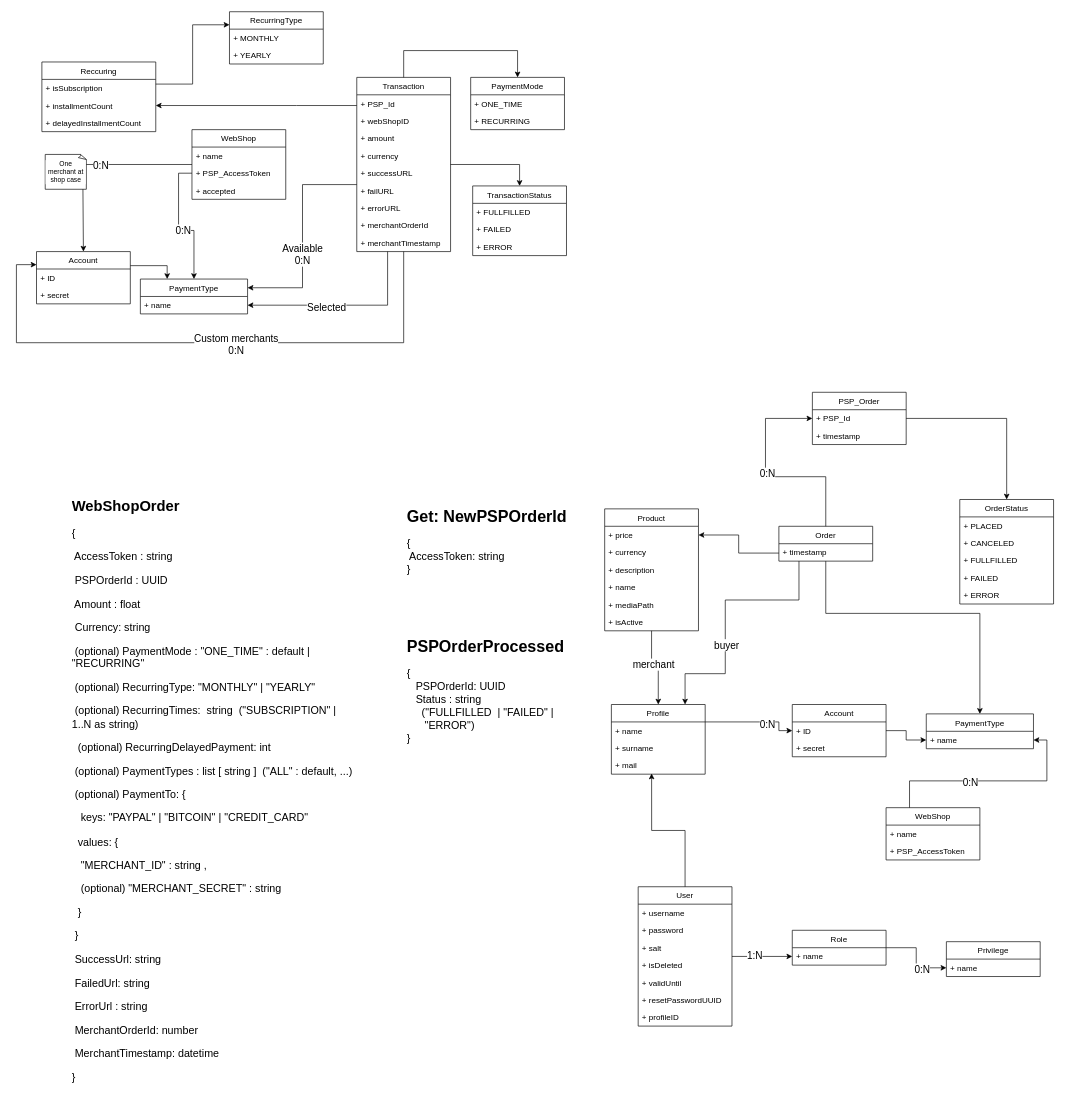
This is uml/model.drawio from One-E2-Team/ubiquitous-payment, a draw.io file, before an edit. Source tidied: cells renumbered, new cells numbered last; positions are measured from the earlier drawing's top-left corner, leaving out a move shared by most shapes. Both pictures are drawn from the tidied source at 67%, with x=0, y=0 at pixel (16, 11).
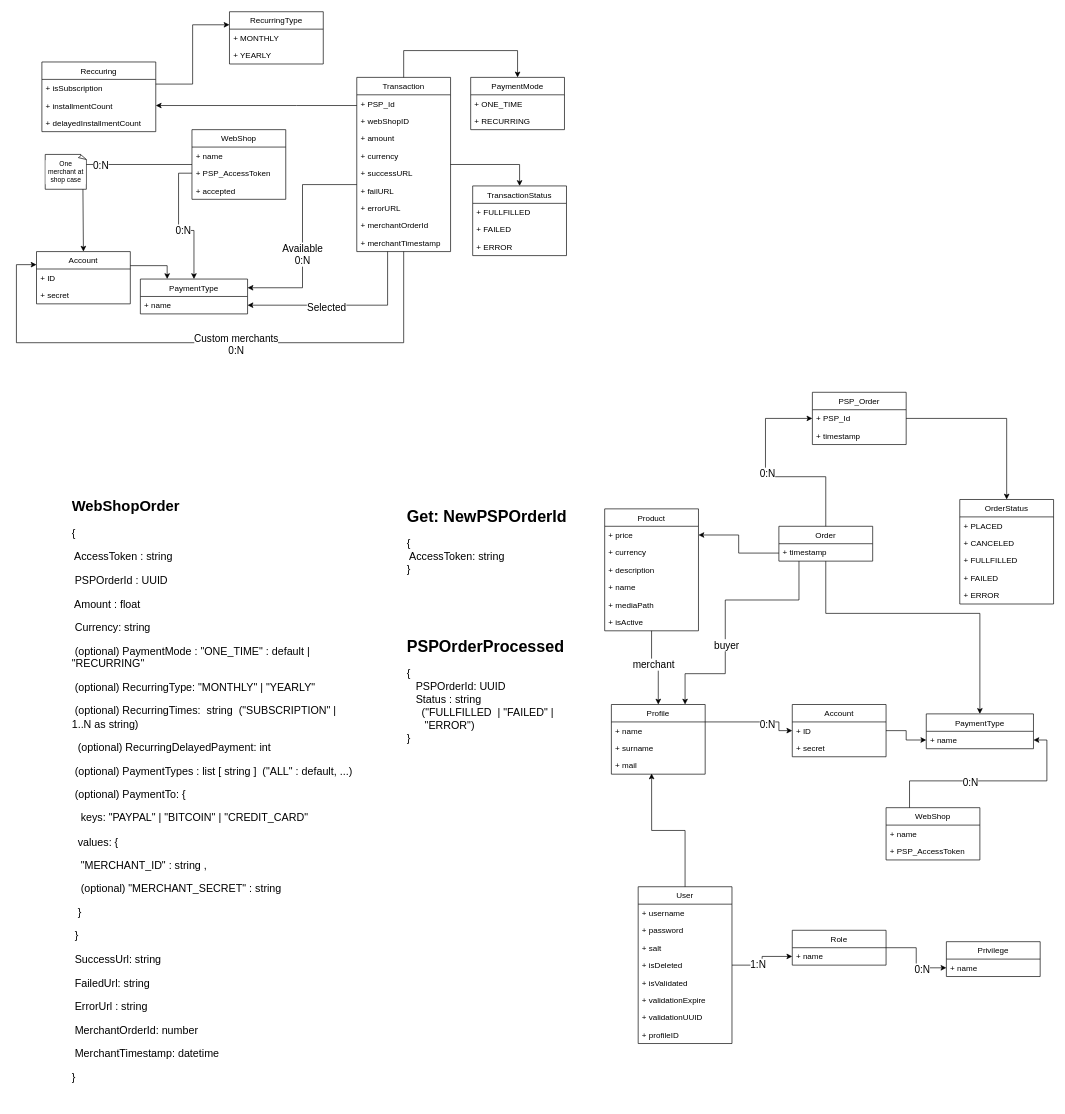
The same page after the edit.

Commit message:
updated user in webshop model

Diff of the diagram source:
```diff
@@
     <mxCell id="37" value="User" style="swimlane;fontStyle=0;horizontal=1;startSize=26;fillColor=none;" parent="1" vertex="1">
-      <mxGeometry x="928" y="1306" width="140" height="208" as="geometry" />
+      <mxGeometry x="928" y="1306" width="140" height="234" as="geometry" />
     </mxCell>
@@
+    <mxCell id="115" value="+ isValidated" style="text;strokeColor=none;fillColor=none;align=left;verticalAlign=top;spacingLeft=4;spacingRight=4;overflow=hidden;" parent="37" vertex="1">
+      <mxGeometry y="130" width="140" height="26" as="geometry" />
+    </mxCell>
-    <mxCell id="42" value="+ validUntil" style="text;strokeColor=none;fillColor=none;align=left;verticalAlign=top;spacingLeft=4;spacingRight=4;overflow=hidden;" parent="37" vertex="1">
-      <mxGeometry y="130" width="140" height="26" as="geometry" />
+    <mxCell id="42" value="+ validationExpire" style="text;strokeColor=none;fillColor=none;align=left;verticalAlign=top;spacingLeft=4;spacingRight=4;overflow=hidden;" parent="37" vertex="1">
+      <mxGeometry y="156" width="140" height="26" as="geometry" />
     </mxCell>
-    <mxCell id="43" value="+ resetPasswordUUID" style="text;strokeColor=none;fillColor=none;align=left;verticalAlign=top;spacingLeft=4;spacingRight=4;overflow=hidden;" parent="37" vertex="1">
-      <mxGeometry y="156" width="140" height="26" as="geometry" />
+    <mxCell id="43" value="+ validationUUID" style="text;strokeColor=none;fillColor=none;align=left;verticalAlign=top;spacingLeft=4;spacingRight=4;overflow=hidden;" parent="37" vertex="1">
+      <mxGeometry y="182" width="140" height="26" as="geometry" />
     </mxCell>
     <mxCell id="44" value="+ profileID" style="text;strokeColor=none;fillColor=none;align=left;verticalAlign=top;spacingLeft=4;spacingRight=4;overflow=hidden;" parent="37" vertex="1">
-      <mxGeometry y="182" width="140" height="26" as="geometry" />
+      <mxGeometry y="208" width="140" height="26" as="geometry" />
     </mxCell>
```
